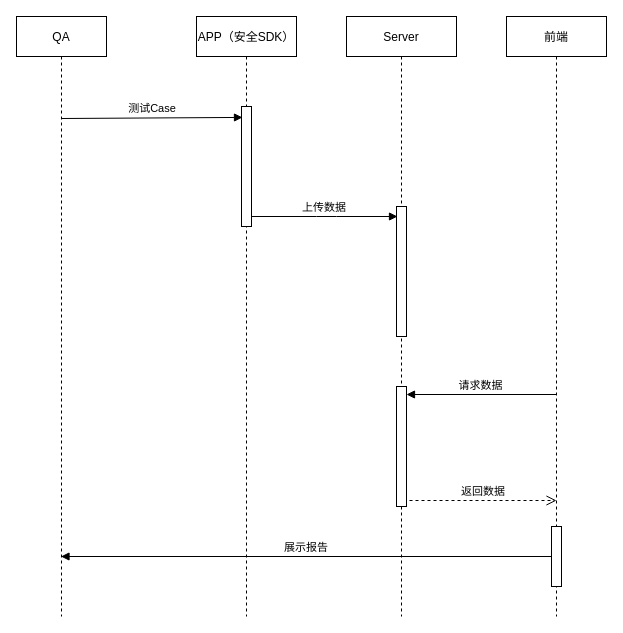
Above: 安全检测.drawio in MitnickX/drawIO (draw.io), before the change. Source tidied: cells renumbered, new cells numbered last; positions are measured from the earlier drawing's top-left corner, leaving out a move shared by most shapes. Both pictures are drawn from the tidied source at 100%, with x=0, y=0 at pixel (16, 16).
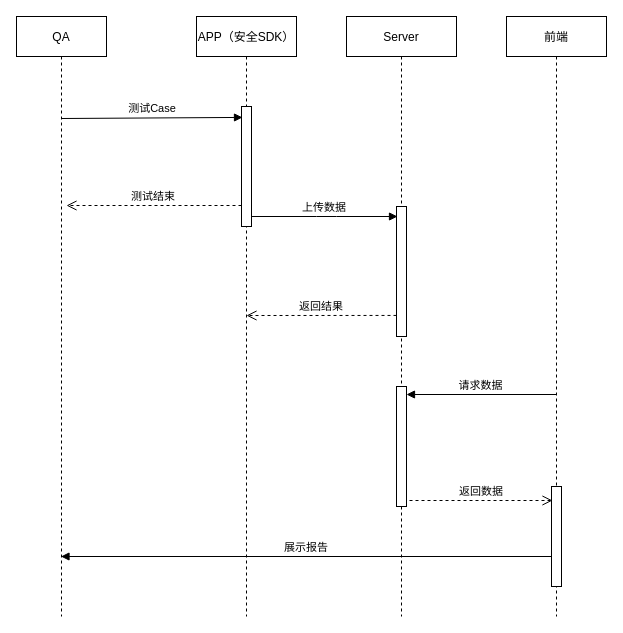
The same diagram, later.

Commit message (it also covers changes not shown here):
更新安全检测.drawio

Unchanged cells that the change refers to:
```xml
<mxCell id="4" style="points=[];perimeter=orthogonalPerimeter;rounded=0;shadow=0;strokeWidth=1;" parent="3" vertex="1">
  <mxGeometry x="45" y="90" width="10" height="120" as="geometry" />
</mxCell>
<mxCell id="8" style="points=[];perimeter=orthogonalPerimeter;rounded=0;shadow=0;strokeWidth=1;" parent="7" vertex="1">
  <mxGeometry x="50" y="190" width="10" height="130" as="geometry" />
</mxCell>
<mxCell id="9" style="points=[];perimeter=orthogonalPerimeter;rounded=0;shadow=0;strokeWidth=1;" parent="7" vertex="1">
  <mxGeometry x="50" y="370" width="10" height="120" as="geometry" />
</mxCell>
<mxCell id="10" value="前端" style="shape=umlLifeline;perimeter=lifelinePerimeter;rounded=0;shadow=0;strokeWidth=1;" parent="1" vertex="1">
  <mxGeometry x="490" width="100" height="600" as="geometry" />
</mxCell>
```

What changed in the source:
```diff
@@
     <mxCell id="11" style="points=[];perimeter=orthogonalPerimeter;rounded=0;shadow=0;strokeWidth=1;" parent="10" vertex="1">
-      <mxGeometry x="45" y="510" width="10" height="60" as="geometry" />
+      <mxGeometry x="45" y="470" width="10" height="100" as="geometry" />
     </mxCell>
@@
-    <mxCell id="13" value="返回数据" style="verticalAlign=bottom;endArrow=open;dashed=1;endSize=8;exitX=1.3;exitY=0.95;shadow=0;strokeWidth=1;exitDx=0;exitDy=0;exitPerimeter=0;" parent="1" edge="1" source="9">
-      <mxGeometry relative="1" as="geometry">
-        <mxPoint x="540" y="484" as="targetPoint" />
-      </mxGeometry>
+    <mxCell id="13" value="返回数据" style="verticalAlign=bottom;endArrow=open;dashed=1;endSize=8;exitX=1.3;exitY=0.95;shadow=0;strokeWidth=1;exitDx=0;exitDy=0;exitPerimeter=0;entryX=0.1;entryY=0.14;entryDx=0;entryDy=0;entryPerimeter=0;" parent="1" edge="1" source="9" target="11">
+      <mxGeometry relative="1" as="geometry" />
     </mxCell>
@@
+    <mxCell id="15" value="测试结束" style="verticalAlign=bottom;endArrow=open;dashed=1;endSize=8;shadow=0;strokeWidth=1;exitX=0;exitY=0.825;exitDx=0;exitDy=0;exitPerimeter=0;" parent="1" edge="1" source="4">
+      <mxGeometry relative="1" as="geometry">
+        <mxPoint x="50" y="189" as="targetPoint" />
+      </mxGeometry>
+    </mxCell>
+    <mxCell id="16" value="返回结果" style="verticalAlign=bottom;endArrow=open;dashed=1;endSize=8;shadow=0;strokeWidth=1;exitX=0;exitY=0.838;exitDx=0;exitDy=0;exitPerimeter=0;" parent="1" edge="1" source="8">
+      <mxGeometry relative="1" as="geometry">
+        <mxPoint x="230" y="299" as="targetPoint" />
+      </mxGeometry>
+    </mxCell>
```
